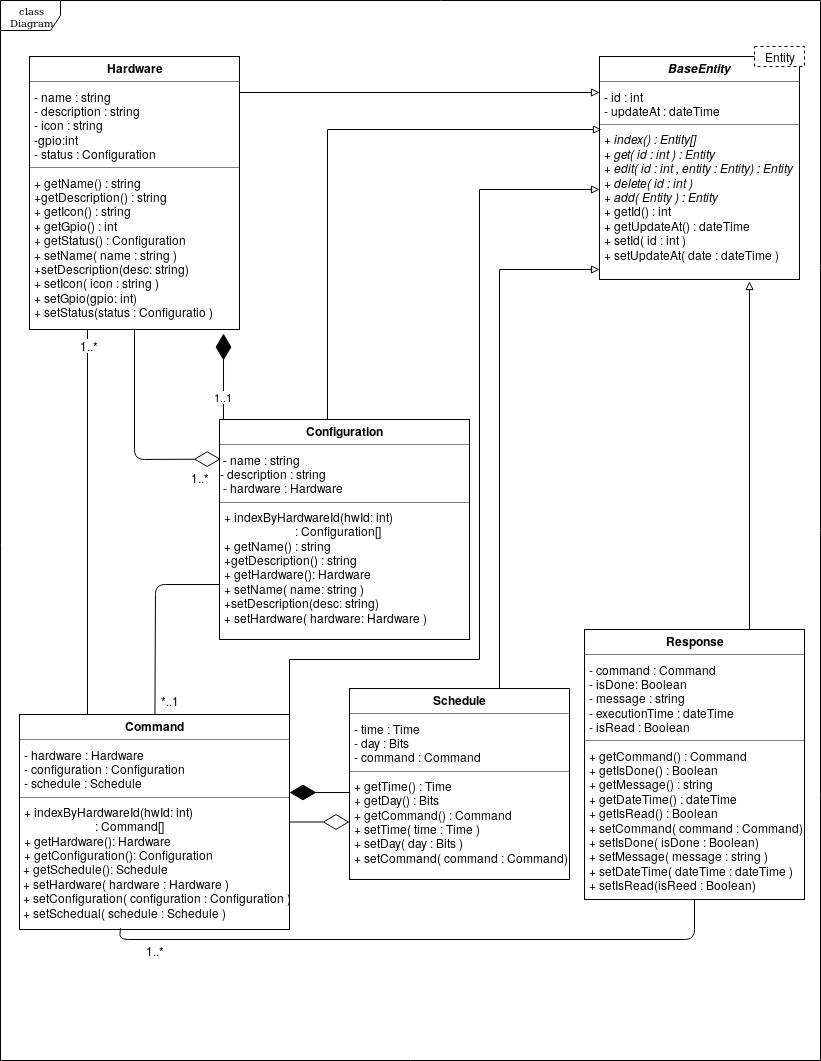
Above: img/diagram_class1.png in reem-codes/gp (draw.io), before the change. Source tidied: cells renumbered, new cells last; positions are measured from the earlier drawing's top-left corner, leaving out a move shared by most shapes.
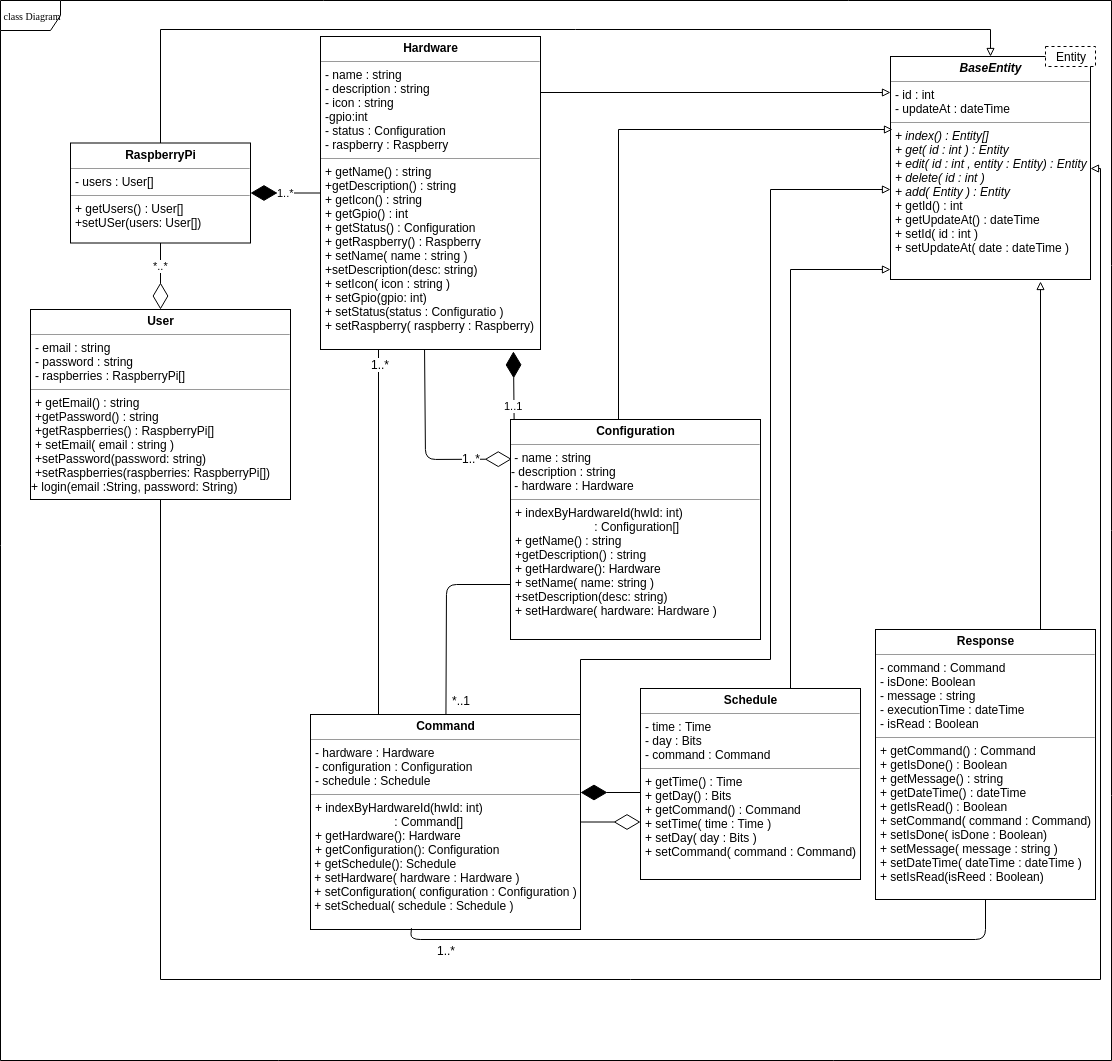
Above is the later version.

What changed in the source:
```diff
@@ -2,14 +2,14 @@
   <root>
     <mxCell id="0" />
     <mxCell id="1" parent="0" />
+    <mxCell id="3" value="class Diagram" style="shape=umlFrame;whiteSpace=wrap;html=1;rounded=0;shadow=0;comic=0;labelBackgroundColor=none;strokeColor=#000000;strokeWidth=1;fillColor=#ffffff;fontFamily=Verdana;fontSize=10;fontColor=#000000;align=center;" parent="1" vertex="1">
+      <mxGeometry x="-291" width="1111" height="1060" as="geometry" />
+    </mxCell>
-    <mxCell id="2" value="1..1" style="endArrow=diamondThin;endFill=1;endSize=24;html=1;entryX=0.924;entryY=1.015;entryDx=0;entryDy=0;entryPerimeter=0;startArrow=none;startFill=0;" parent="1" edge="1" target="10">
+    <mxCell id="2" value="1..1" style="endArrow=diamondThin;endFill=1;endSize=24;html=1;entryX=0.877;entryY=1.006;entryDx=0;entryDy=0;entryPerimeter=0;startArrow=none;startFill=0;" parent="1" edge="1" target="10">
       <mxGeometry relative="1" as="geometry">
         <mxPoint x="223" y="459" as="sourcePoint" />
       </mxGeometry>
     </mxCell>
-    <mxCell id="3" value="class Diagram" style="shape=umlFrame;whiteSpace=wrap;html=1;rounded=0;shadow=0;comic=0;labelBackgroundColor=none;strokeColor=#000000;strokeWidth=1;fillColor=#ffffff;fontFamily=Verdana;fontSize=10;fontColor=#000000;align=center;" parent="1" vertex="1">
-      <mxGeometry width="820" height="1060" as="geometry" />
-    </mxCell>
     <mxCell id="4" value="&lt;p style=&quot;margin: 0px ; margin-top: 4px ; text-align: center&quot;&gt;&lt;b&gt;&lt;i&gt;BaseEntity&lt;/i&gt;&lt;/b&gt;&lt;/p&gt;&lt;hr size=&quot;1&quot;&gt;&lt;p style=&quot;margin: 0px ; margin-left: 4px&quot;&gt;- id : int&lt;br&gt;- updateAt : dateTime&lt;/p&gt;&lt;hr size=&quot;1&quot;&gt;&lt;p style=&quot;margin: 0px ; margin-left: 4px&quot;&gt;&lt;i&gt;+ index() : Entity[]&lt;br&gt;+ get( id : int ) : Entity&lt;/i&gt;&lt;/p&gt;&lt;p style=&quot;margin: 0px ; margin-left: 4px&quot;&gt;&lt;i&gt;+ edit( id : int , entity : Entity) : Entity&lt;br&gt;&lt;/i&gt;&lt;/p&gt;&lt;p style=&quot;margin: 0px ; margin-left: 4px&quot;&gt;&lt;i&gt;+ delete( id : int ) &lt;br&gt;&lt;/i&gt;&lt;/p&gt;&lt;p style=&quot;margin: 0px ; margin-left: 4px&quot;&gt;&lt;i&gt;+ add( Entity ) : Entity&lt;/i&gt;&lt;/p&gt;&lt;p style=&quot;margin: 0px ; margin-left: 4px&quot;&gt;+ getId() : int&lt;/p&gt;&lt;p style=&quot;margin: 0px ; margin-left: 4px&quot;&gt;+ getUpdateAt() : dateTime&lt;/p&gt;&lt;p style=&quot;margin: 0px ; margin-left: 4px&quot;&gt;+ setId( id : int )&lt;/p&gt;&lt;p style=&quot;margin: 0px ; margin-left: 4px&quot;&gt;+ setUpdateAt( date : dateTime )&lt;/p&gt;&lt;p style=&quot;margin: 0px ; margin-left: 4px&quot;&gt;&lt;br&gt;&lt;/p&gt;" style="verticalAlign=top;align=left;overflow=fill;fontSize=12;fontFamily=Helvetica;html=1;rounded=0;shadow=0;comic=0;labelBackgroundColor=none;strokeColor=#000000;strokeWidth=1;fillColor=#ffffff;" parent="1" vertex="1">
       <mxGeometry x="599" y="56" width="200" height="223" as="geometry" />
     </mxCell>
@@ -42,8 +42,8 @@
         </Array>
       </mxGeometry>
     </mxCell>
-    <mxCell id="10" value="&lt;p style=&quot;margin: 0px ; margin-top: 4px ; text-align: center&quot;&gt;&lt;b&gt;Hardware&lt;/b&gt;&lt;/p&gt;&lt;hr size=&quot;1&quot;&gt;&lt;p style=&quot;margin: 0px ; margin-left: 4px&quot;&gt;- name : string&lt;/p&gt;&lt;p style=&quot;margin: 0px ; margin-left: 4px&quot;&gt;- description : string&lt;/p&gt;&lt;p style=&quot;margin: 0px ; margin-left: 4px&quot;&gt;- icon : string&lt;/p&gt;&lt;p style=&quot;margin: 0px ; margin-left: 4px&quot;&gt;-gpio:int&lt;br&gt;&lt;/p&gt;&lt;p style=&quot;margin: 0px ; margin-left: 4px&quot;&gt;- status : Configuration&lt;/p&gt;&lt;hr size=&quot;1&quot;&gt;&lt;p style=&quot;margin: 0px ; margin-left: 4px&quot;&gt;+ getName() : string&lt;/p&gt;&lt;p style=&quot;margin: 0px ; margin-left: 4px&quot;&gt;+getDescription() : string&lt;/p&gt;&lt;p style=&quot;margin: 0px ; margin-left: 4px&quot;&gt;+ getIcon() : string&lt;/p&gt;&lt;p style=&quot;margin: 0px ; margin-left: 4px&quot;&gt;+ getGpio() : int&lt;br&gt;&lt;/p&gt;&lt;p style=&quot;margin: 0px ; margin-left: 4px&quot;&gt;+ getStatus() : Configuration&lt;/p&gt;&lt;p style=&quot;margin: 0px ; margin-left: 4px&quot;&gt;+ setName( name : string )&lt;/p&gt;&lt;p style=&quot;margin: 0px ; margin-left: 4px&quot;&gt;+setDescription(desc: string)&lt;/p&gt;&lt;p style=&quot;margin: 0px ; margin-left: 4px&quot;&gt;+ setIcon( icon : string )&lt;/p&gt;&lt;p style=&quot;margin: 0px ; margin-left: 4px&quot;&gt;+ setGpio(gpio: int)&lt;/p&gt;&lt;p style=&quot;margin: 0px ; margin-left: 4px&quot;&gt;+ setStatus(status : Configuratio )&lt;/p&gt;" style="verticalAlign=top;align=left;overflow=fill;fontSize=12;fontFamily=Helvetica;html=1;rounded=0;shadow=0;comic=0;labelBackgroundColor=none;strokeColor=#000000;strokeWidth=1;fillColor=#ffffff;" parent="1" vertex="1">
-      <mxGeometry x="29" y="56" width="210" height="273" as="geometry" />
+    <mxCell id="10" value="&lt;p style=&quot;margin: 0px ; margin-top: 4px ; text-align: center&quot;&gt;&lt;b&gt;Hardware&lt;/b&gt;&lt;/p&gt;&lt;hr size=&quot;1&quot;&gt;&lt;p style=&quot;margin: 0px ; margin-left: 4px&quot;&gt;- name : string&lt;/p&gt;&lt;p style=&quot;margin: 0px ; margin-left: 4px&quot;&gt;- description : string&lt;/p&gt;&lt;p style=&quot;margin: 0px ; margin-left: 4px&quot;&gt;- icon : string&lt;/p&gt;&lt;p style=&quot;margin: 0px ; margin-left: 4px&quot;&gt;-gpio:int&lt;br&gt;&lt;/p&gt;&lt;p style=&quot;margin: 0px ; margin-left: 4px&quot;&gt;- status : Configuration&lt;/p&gt;&lt;p style=&quot;margin: 0px ; margin-left: 4px&quot;&gt;- raspberry : Raspberry&lt;/p&gt;&lt;hr size=&quot;1&quot;&gt;&lt;p style=&quot;margin: 0px ; margin-left: 4px&quot;&gt;+ getName() : string&lt;/p&gt;&lt;p style=&quot;margin: 0px ; margin-left: 4px&quot;&gt;+getDescription() : string&lt;/p&gt;&lt;p style=&quot;margin: 0px ; margin-left: 4px&quot;&gt;+ getIcon() : string&lt;/p&gt;&lt;p style=&quot;margin: 0px ; margin-left: 4px&quot;&gt;+ getGpio() : int&lt;br&gt;&lt;/p&gt;&lt;p style=&quot;margin: 0px ; margin-left: 4px&quot;&gt;+ getStatus() : Configuration&lt;/p&gt;&lt;p style=&quot;margin: 0px 0px 0px 4px&quot;&gt;+ getRaspberry() : Raspberry&lt;/p&gt;&lt;p style=&quot;margin: 0px ; margin-left: 4px&quot;&gt;+ setName( name : string )&lt;/p&gt;&lt;p style=&quot;margin: 0px ; margin-left: 4px&quot;&gt;+setDescription(desc: string)&lt;/p&gt;&lt;p style=&quot;margin: 0px ; margin-left: 4px&quot;&gt;+ setIcon( icon : string )&lt;/p&gt;&lt;p style=&quot;margin: 0px ; margin-left: 4px&quot;&gt;+ setGpio(gpio: int)&lt;/p&gt;&lt;p style=&quot;margin: 0px ; margin-left: 4px&quot;&gt;+ setStatus(status : Configuratio )&lt;/p&gt;&lt;p style=&quot;margin: 0px ; margin-left: 4px&quot;&gt;+ setRaspberry( raspberry : Raspberry)&lt;/p&gt;" style="verticalAlign=top;align=left;overflow=fill;fontSize=12;fontFamily=Helvetica;html=1;rounded=0;shadow=0;comic=0;labelBackgroundColor=none;strokeColor=#000000;strokeWidth=1;fillColor=#ffffff;" parent="1" vertex="1">
+      <mxGeometry x="29" y="36" width="220" height="313" as="geometry" />
     </mxCell>
     <mxCell id="11" style="edgeStyle=orthogonalEdgeStyle;rounded=0;jettySize=auto;html=1;exitX=0.5;exitY=0;exitDx=0;exitDy=0;endArrow=block;endFill=0;" parent="1" edge="1" source="12">
       <mxGeometry relative="1" as="geometry">
@@ -77,7 +77,7 @@
     <mxCell id="15" value="&lt;p style=&quot;margin: 0px ; margin-top: 4px ; text-align: center&quot;&gt;&lt;b&gt;Command&lt;/b&gt;&lt;/p&gt;&lt;hr size=&quot;1&quot;&gt;&lt;p style=&quot;margin: 0px ; margin-left: 4px&quot;&gt;- hardware : Hardware&lt;br&gt;- configuration : Configuration&lt;/p&gt;&lt;p style=&quot;margin: 0px ; margin-left: 4px&quot;&gt;- schedule : Schedule&lt;/p&gt;&lt;hr size=&quot;1&quot;&gt;&lt;p style=&quot;margin: 0px ; margin-left: 4px&quot;&gt;+ indexByHardwareId(hwId: int)&lt;/p&gt;&lt;div&gt;&amp;nbsp;&amp;nbsp;&amp;nbsp;&amp;nbsp;&amp;nbsp;&amp;nbsp;&amp;nbsp;&amp;nbsp;&amp;nbsp;&amp;nbsp;&amp;nbsp;&amp;nbsp;&amp;nbsp;&amp;nbsp;&amp;nbsp;&amp;nbsp;&amp;nbsp;&amp;nbsp;&amp;nbsp;&amp;nbsp;&amp;nbsp;&amp;nbsp;&amp;nbsp;&amp;nbsp; : Command[]&lt;/div&gt;&lt;p style=&quot;margin: 0px ; margin-left: 4px&quot;&gt;+ getHardware&lt;span&gt;(): Hardware&lt;/span&gt;&lt;/p&gt;&lt;p style=&quot;margin: 0px ; margin-left: 4px&quot;&gt;+ getConfiguration(): Configuration&lt;br&gt;&lt;/p&gt;&amp;nbsp;+ getSchedule(): Schedule&lt;br&gt;&amp;nbsp;+ setHardware( hardware : Hardware )&lt;br&gt;&amp;nbsp;+ setConfiguration( configuration : Configuration )&lt;br&gt;&amp;nbsp;+ setSchedual( schedule : Schedule )" style="verticalAlign=top;align=left;overflow=fill;fontSize=12;fontFamily=Helvetica;html=1;rounded=0;shadow=0;comic=0;labelBackgroundColor=none;strokeColor=#000000;strokeWidth=1;fillColor=#ffffff;" parent="1" vertex="1">
       <mxGeometry x="19" y="714" width="270" height="215" as="geometry" />
     </mxCell>
-    <mxCell id="16" style="endArrow=diamondThin;endFill=0;endSize=24;html=1;exitX=0.5;exitY=1;exitDx=0;exitDy=0;entryX=0.005;entryY=0.18;entryDx=0;entryDy=0;entryPerimeter=0;" parent="1" edge="1" source="10" target="12">
+    <mxCell id="16" style="endArrow=diamondThin;endFill=0;endSize=24;html=1;entryX=0.005;entryY=0.18;entryDx=0;entryDy=0;entryPerimeter=0;exitX=0.473;exitY=1;exitDx=0;exitDy=0;exitPerimeter=0;" parent="1" edge="1" source="10" target="12">
       <mxGeometry relative="1" as="geometry">
         <Array as="points">
           <mxPoint x="134" y="459" />
@@ -86,7 +86,7 @@
     </mxCell>
     <mxCell id="17" value="&lt;div&gt;1..*&lt;/div&gt;" style="text;html=1;align=center;verticalAlign=middle;labelBackgroundColor=#ffffff;" parent="16" vertex="1">
       <mxGeometry x="-0.82" y="-2" relative="1" as="geometry">
-        <mxPoint x="67" y="127" as="offset" />
+        <mxPoint x="48" y="90" as="offset" />
       </mxGeometry>
     </mxCell>
     <mxCell id="18" style="endArrow=diamondThin;endFill=1;endSize=24;html=1;" parent="1" edge="1">
@@ -97,7 +97,7 @@
     </mxCell>
     <mxCell id="19" style="endArrow=none;endFill=0;endSize=24;html=1;" parent="1" edge="1">
       <mxGeometry relative="1" as="geometry">
-        <mxPoint x="87" y="329" as="sourcePoint" />
+        <mxPoint x="87" y="349" as="sourcePoint" />
         <mxPoint x="87" y="714" as="targetPoint" />
       </mxGeometry>
     </mxCell>
@@ -132,5 +132,34 @@
     <mxCell id="25" value="Entity" style="rounded=0;whiteSpace=wrap;html=1;dashed=1;" parent="1" vertex="1">
       <mxGeometry x="754" y="46" width="50" height="20" as="geometry" />
     </mxCell>
+    <mxCell id="26" style="edgeStyle=orthogonalEdgeStyle;rounded=0;jettySize=auto;html=1;endArrow=block;endFill=0;exitX=0.5;exitY=1;exitDx=0;exitDy=0;" parent="1" edge="1" source="27" target="4">
+      <mxGeometry relative="1" as="geometry">
+        <Array as="points">
+          <mxPoint x="-131" y="979" />
+          <mxPoint x="809" y="979" />
+          <mxPoint x="809" y="168" />
+        </Array>
+      </mxGeometry>
+    </mxCell>
+    <mxCell id="27" value="&lt;p style=&quot;margin: 0px ; margin-top: 4px ; text-align: center&quot;&gt;&lt;b&gt;User&lt;/b&gt;&lt;/p&gt;&lt;hr size=&quot;1&quot;&gt;&lt;p style=&quot;margin: 0px ; margin-left: 4px&quot;&gt;- email : string&lt;br&gt;&lt;/p&gt;&lt;p style=&quot;margin: 0px ; margin-left: 4px&quot;&gt;- password : string&lt;/p&gt;&lt;p style=&quot;margin: 0px ; margin-left: 4px&quot;&gt;- raspberries :&amp;nbsp;&lt;span style=&quot;text-align: center&quot;&gt;RaspberryPi&lt;/span&gt;[]&lt;/p&gt;&lt;hr size=&quot;1&quot;&gt;&lt;p style=&quot;margin: 0px ; margin-left: 4px&quot;&gt;+ getEmail() : string&lt;/p&gt;&lt;p style=&quot;margin: 0px ; margin-left: 4px&quot;&gt;+getPassword() : string&lt;/p&gt;&lt;p style=&quot;margin: 0px ; margin-left: 4px&quot;&gt;+getRaspberries() :&amp;nbsp;&lt;span style=&quot;text-align: center&quot;&gt;RaspberryPi&lt;/span&gt;[]&lt;/p&gt;&lt;p style=&quot;margin: 0px ; margin-left: 4px&quot;&gt;&lt;span&gt;+ setEmail( email : string )&lt;/span&gt;&lt;/p&gt;&lt;p style=&quot;margin: 0px ; margin-left: 4px&quot;&gt;+setPassword(password: string)&lt;/p&gt;&lt;p style=&quot;margin: 0px 0px 0px 4px&quot;&gt;+setRaspberries(raspberries:&amp;nbsp;&lt;span style=&quot;text-align: center&quot;&gt;RaspberryPi&lt;/span&gt;[])&lt;/p&gt;&lt;div&gt;+ login(email :String, password: String)&lt;/div&gt;&lt;div&gt;&lt;br&gt;&lt;/div&gt;" style="verticalAlign=top;align=left;overflow=fill;fontSize=12;fontFamily=Helvetica;html=1;rounded=0;shadow=0;comic=0;labelBackgroundColor=none;strokeColor=#000000;strokeWidth=1;fillColor=#ffffff;" parent="1" vertex="1">
+      <mxGeometry x="-261" y="309" width="260" height="190" as="geometry" />
+    </mxCell>
+    <mxCell id="28" style="edgeStyle=orthogonalEdgeStyle;rounded=0;jettySize=auto;html=1;entryX=0.5;entryY=0;entryDx=0;entryDy=0;endArrow=block;endFill=0;" parent="1" edge="1" source="29" target="4">
+      <mxGeometry relative="1" as="geometry">
+        <Array as="points">
+          <mxPoint x="-131" y="29" />
+          <mxPoint x="699" y="29" />
+        </Array>
+      </mxGeometry>
+    </mxCell>
+    <mxCell id="29" value="&lt;p style=&quot;margin: 0px ; margin-top: 4px ; text-align: center&quot;&gt;&lt;b&gt;RaspberryPi&lt;/b&gt;&lt;/p&gt;&lt;hr size=&quot;1&quot;&gt;&lt;p style=&quot;margin: 0px ; margin-left: 4px&quot;&gt;- users : User[]&lt;/p&gt;&lt;hr size=&quot;1&quot;&gt;&lt;p style=&quot;margin: 0px ; margin-left: 4px&quot;&gt;+ getUsers() : User[]&lt;/p&gt;&lt;p style=&quot;margin: 0px 0px 0px 4px&quot;&gt;+setUSer(users: User[])&lt;/p&gt;&lt;div&gt;&lt;br&gt;&lt;/div&gt;" style="verticalAlign=top;align=left;overflow=fill;fontSize=12;fontFamily=Helvetica;html=1;rounded=0;shadow=0;comic=0;labelBackgroundColor=none;strokeColor=#000000;strokeWidth=1;fillColor=#ffffff;" parent="1" vertex="1">
+      <mxGeometry x="-221" y="142.5" width="180" height="100" as="geometry" />
+    </mxCell>
+    <mxCell id="30" value="*..*" style="endArrow=diamondThin;endFill=0;endSize=24;html=1;entryX=0.5;entryY=0;entryDx=0;entryDy=0;startArrow=none;startFill=0;exitX=0.5;exitY=1;exitDx=0;exitDy=0;" parent="1" edge="1" source="29" target="27">
+      <mxGeometry x="-0.3" relative="1" as="geometry" />
+    </mxCell>
+    <mxCell id="31" value="1..*" style="endArrow=diamondThin;endFill=1;endSize=24;html=1;entryX=1;entryY=0.5;entryDx=0;entryDy=0;startArrow=none;startFill=0;exitX=0;exitY=0.5;exitDx=0;exitDy=0;" parent="1" edge="1" source="10" target="29">
+      <mxGeometry relative="1" as="geometry" />
+    </mxCell>
   </root>
 </mxGraphModel>
```
